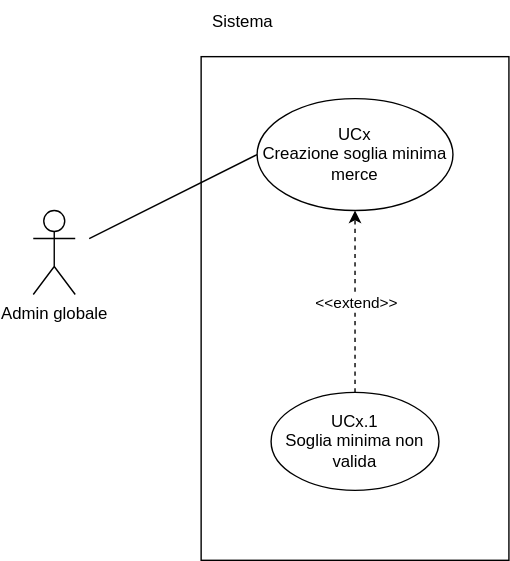
Before: assets/diagrams/UC44.svg, a diagram exported from draw.io (alimitedgroup/alimitedgroup.github.io). Source tidied: cells renumbered, new cells last; positions are measured from the earlier drawing's top-left corner, leaving out a move shared by most shapes. The source it was exported from:
```xml
<mxGraphModel>
  <root>
    <mxCell id="0" />
    <mxCell id="1" parent="0" />
    <mxCell id="2" style="rounded=0;whiteSpace=wrap;html=1;" parent="1" vertex="1">
      <mxGeometry x="120" y="40" width="220" height="360" as="geometry" />
    </mxCell>
    <mxCell id="3" value="Admin globale" style="shape=umlActor;verticalLabelPosition=bottom;verticalAlign=top;html=1;" parent="1" vertex="1">
      <mxGeometry y="150" width="30" height="60" as="geometry" />
    </mxCell>
    <mxCell id="4" value="Sistema" style="text;html=1;align=center;verticalAlign=middle;whiteSpace=wrap;rounded=0;" parent="1" vertex="1">
      <mxGeometry x="120" width="60" height="30" as="geometry" />
    </mxCell>
    <mxCell id="5" value="UCx&lt;div&gt;Creazione soglia minima merce&lt;/div&gt;" style="ellipse;whiteSpace=wrap;html=1;" parent="1" vertex="1">
      <mxGeometry x="160" y="70" width="140" height="80" as="geometry" />
    </mxCell>
    <mxCell id="6" style="endArrow=classic;html=1;rounded=0;dashed=1;entryX=0.5;entryY=1;entryDx=0;entryDy=0;" parent="1" edge="1" source="8" target="5">
      <mxGeometry relative="1" as="geometry" />
    </mxCell>
    <mxCell id="7" value="&amp;lt;&amp;lt;extend&amp;gt;&amp;gt;" style="edgeLabel;html=1;align=center;verticalAlign=middle;" parent="6" vertex="1">
      <mxGeometry relative="1" as="geometry" />
    </mxCell>
    <mxCell id="8" value="UCx.1&lt;div&gt;Soglia minima non valida&lt;/div&gt;" style="ellipse;whiteSpace=wrap;html=1;" parent="1" vertex="1">
      <mxGeometry x="170" y="280" width="120" height="70" as="geometry" />
    </mxCell>
    <mxCell id="9" style="endArrow=none;html=1;rounded=0;entryX=0;entryY=0.5;entryDx=0;entryDy=0;" parent="1" edge="1" target="5">
      <mxGeometry relative="1" as="geometry">
        <mxPoint x="40" y="170" as="sourcePoint" />
      </mxGeometry>
    </mxCell>
  </root>
</mxGraphModel>
```
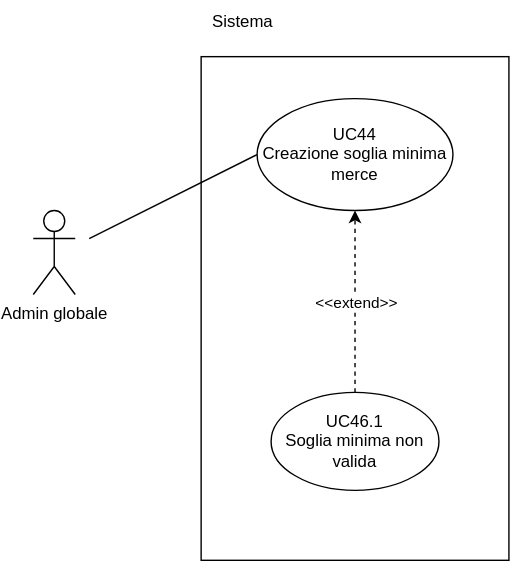
Above is the later version.

Diff of the diagram source:
```diff
@@ -11,7 +11,7 @@
     <mxCell id="4" value="Sistema" style="text;html=1;align=center;verticalAlign=middle;whiteSpace=wrap;rounded=0;" parent="1" vertex="1">
       <mxGeometry x="120" width="60" height="30" as="geometry" />
     </mxCell>
-    <mxCell id="5" value="UCx&lt;div&gt;Creazione soglia minima merce&lt;/div&gt;" style="ellipse;whiteSpace=wrap;html=1;" parent="1" vertex="1">
+    <mxCell id="5" value="UC44&lt;div&gt;Creazione soglia minima merce&lt;/div&gt;" style="ellipse;whiteSpace=wrap;html=1;" parent="1" vertex="1">
       <mxGeometry x="160" y="70" width="140" height="80" as="geometry" />
     </mxCell>
     <mxCell id="6" style="endArrow=classic;html=1;rounded=0;dashed=1;entryX=0.5;entryY=1;entryDx=0;entryDy=0;" parent="1" edge="1" source="8" target="5">
@@ -20,7 +20,7 @@
     <mxCell id="7" value="&amp;lt;&amp;lt;extend&amp;gt;&amp;gt;" style="edgeLabel;html=1;align=center;verticalAlign=middle;" parent="6" vertex="1">
       <mxGeometry relative="1" as="geometry" />
     </mxCell>
-    <mxCell id="8" value="UCx.1&lt;div&gt;Soglia minima non valida&lt;/div&gt;" style="ellipse;whiteSpace=wrap;html=1;" parent="1" vertex="1">
+    <mxCell id="8" value="UC46.1&lt;div&gt;Soglia minima non valida&lt;/div&gt;" style="ellipse;whiteSpace=wrap;html=1;" parent="1" vertex="1">
       <mxGeometry x="170" y="280" width="120" height="70" as="geometry" />
     </mxCell>
     <mxCell id="9" style="endArrow=none;html=1;rounded=0;entryX=0;entryY=0.5;entryDx=0;entryDy=0;" parent="1" edge="1" target="5">
```
